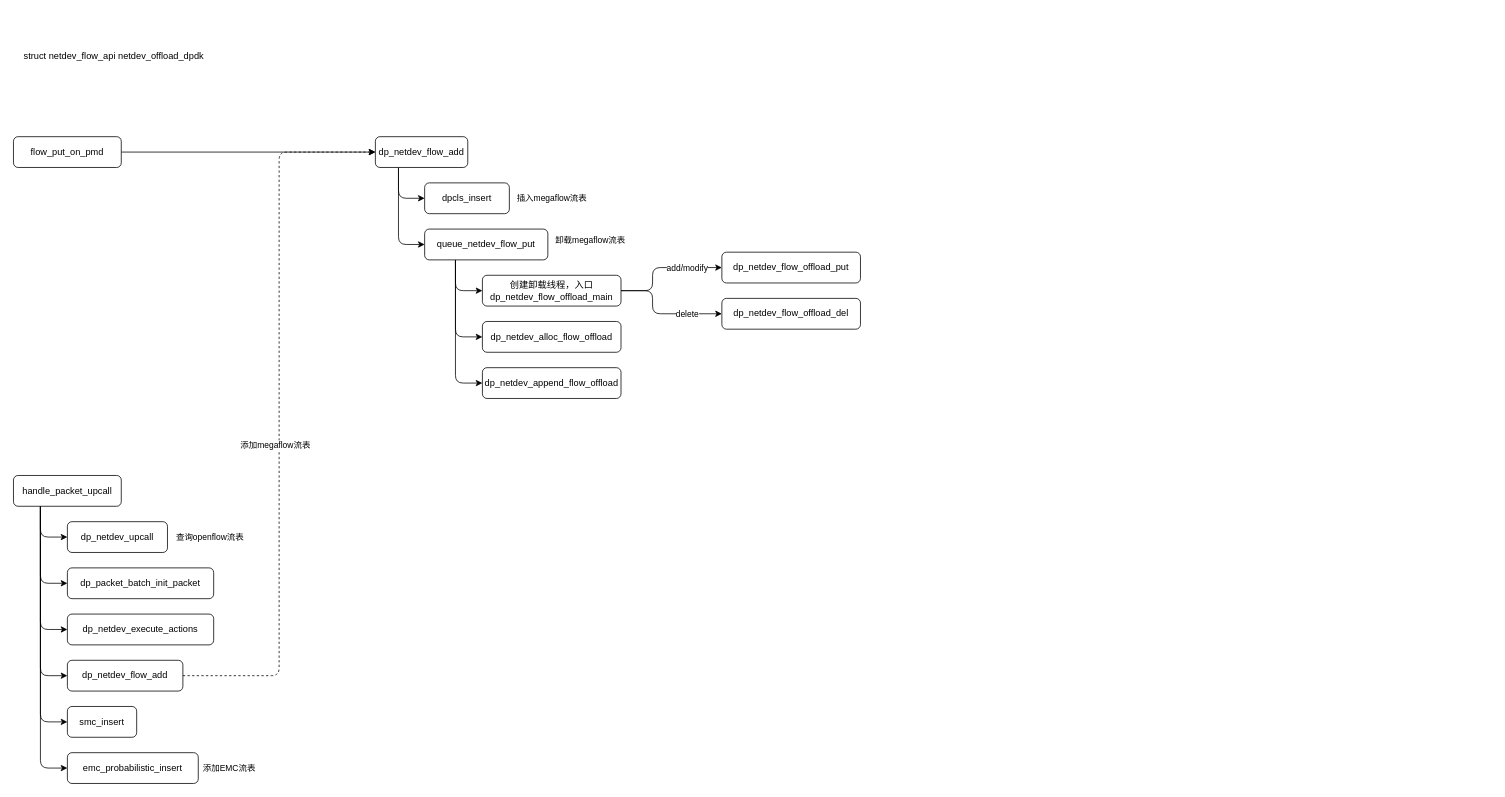
Aspiresky/draw.io keeps this draw.io diagram as page "流表卸载" (3 of 3) of ovs.drawio. Above is the earlier version. Source tidied: cells renumbered, new cells numbered last; positions are measured from the earlier drawing's top-left corner, leaving out a move shared by most shapes. Both pictures are drawn from the tidied source at 77%, with x=0, y=0 at pixel (13, 44).
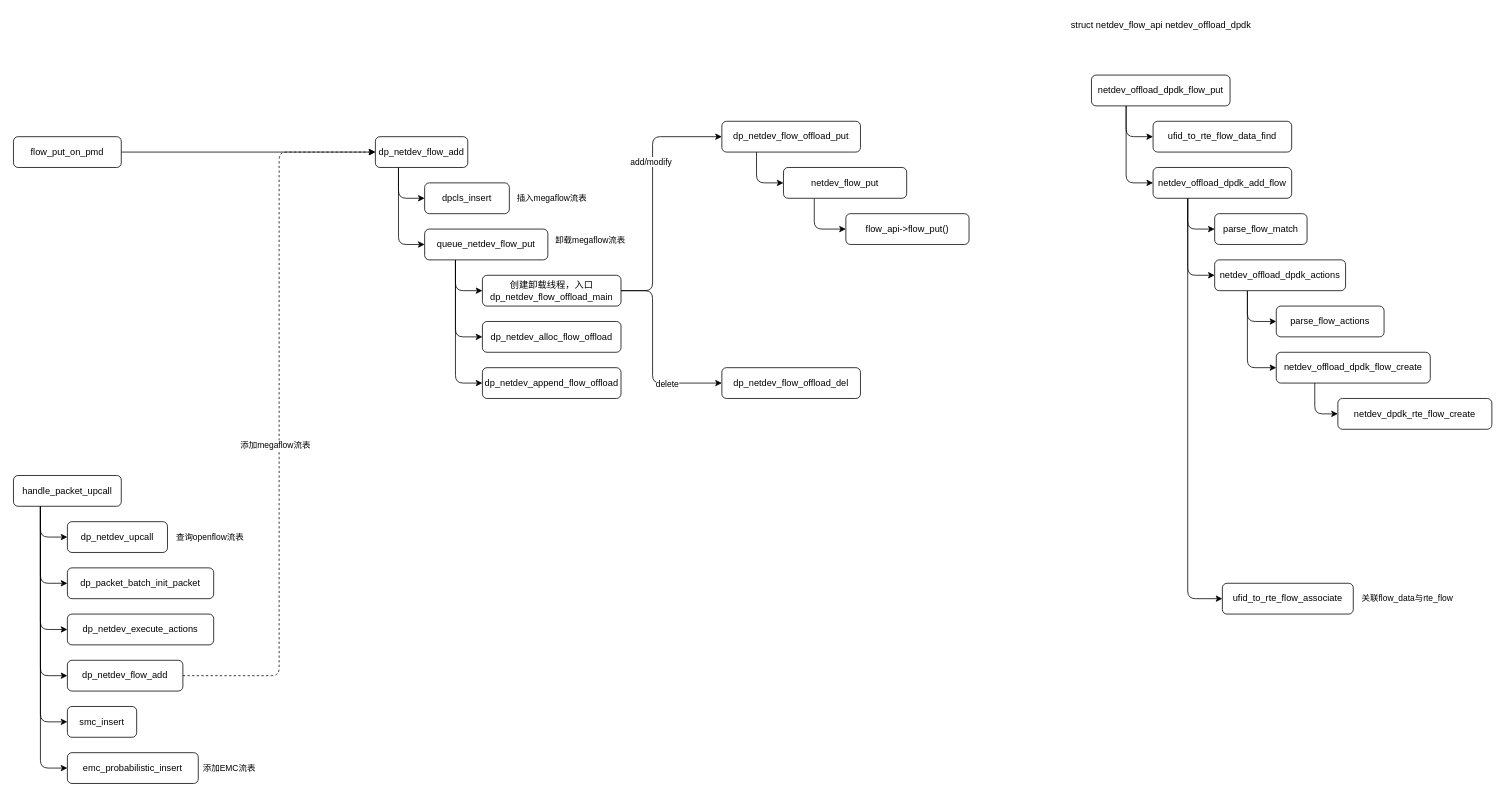
The same diagram, later.

Unchanged cells that the change refers to:
```xml
<mxCell id="38" value="创建卸载线程，入口dp_netdev_flow_offload_main" style="rounded=1;whiteSpace=wrap;html=1;" parent="1" vertex="1">
  <mxGeometry x="609" y="300" width="180" height="40" as="geometry" />
</mxCell>
```

What changed in the source:
```diff
@@
     <mxCell id="2" value="struct netdev_flow_api netdev_offload_dpdk" style="text;html=1;align=center;verticalAlign=middle;strokeColor=none;fillColor=none;" parent="1" vertex="1">
-      <mxGeometry width="260" height="30" as="geometry" />
+      <mxGeometry x="1360" y="-40" width="260" height="30" as="geometry" />
     </mxCell>
@@
-    <mxCell id="34" style="edgeStyle=orthogonalEdgeStyle;shape=connector;curved=0;rounded=1;jettySize=auto;html=1;exitX=1;exitY=0.5;exitDx=0;exitDy=0;entryX=0;entryY=0.5;entryDx=0;entryDy=0;labelBackgroundColor=default;strokeColor=default;align=center;verticalAlign=middle;fontFamily=Helvetica;fontSize=11;fontColor=default;endArrow=classic;" parent="1" edge="1" source="38" target="39">
+    <mxCell id="34" style="edgeStyle=orthogonalEdgeStyle;shape=connector;curved=0;rounded=1;jettySize=auto;html=1;exitX=1;exitY=0.5;exitDx=0;exitDy=0;labelBackgroundColor=default;strokeColor=default;align=center;verticalAlign=middle;fontFamily=Helvetica;fontSize=11;fontColor=default;endArrow=classic;entryX=0;entryY=0.5;entryDx=0;entryDy=0;" parent="1" edge="1" source="38" target="39">
       <mxGeometry relative="1" as="geometry">
         <Array as="points">
           <mxPoint x="830" y="320" />
-          <mxPoint x="830" y="290" />
+          <mxPoint x="830" y="120" />
         </Array>
       </mxGeometry>
     </mxCell>
     <mxCell id="35" value="add/modify" style="edgeLabel;html=1;align=center;verticalAlign=middle;fontSize=11;fontFamily=Helvetica;fontColor=default;" parent="34" vertex="1">
       <mxGeometry x="0.24" y="-4" relative="1" as="geometry">
-        <mxPoint x="15" y="-4" as="offset" />
+        <mxPoint x="-7" y="-4" as="offset" />
       </mxGeometry>
     </mxCell>
     <mxCell id="36" style="edgeStyle=orthogonalEdgeStyle;shape=connector;curved=0;rounded=1;jettySize=auto;html=1;exitX=1;exitY=0.5;exitDx=0;exitDy=0;entryX=0;entryY=0.5;entryDx=0;entryDy=0;labelBackgroundColor=default;strokeColor=default;align=center;verticalAlign=middle;fontFamily=Helvetica;fontSize=11;fontColor=default;endArrow=classic;" parent="1" edge="1" source="38" target="40">
       <mxGeometry relative="1" as="geometry">
         <Array as="points">
           <mxPoint x="830" y="320" />
-          <mxPoint x="830" y="350" />
+          <mxPoint x="830" y="440" />
         </Array>
       </mxGeometry>
     </mxCell>
@@
     <mxCell id="39" value="dp_netdev_flow_offload_put" style="rounded=1;whiteSpace=wrap;html=1;" parent="1" vertex="1">
-      <mxGeometry x="920" y="270" width="180" height="40" as="geometry" />
+      <mxGeometry x="920" y="100" width="180" height="40" as="geometry" />
     </mxCell>
     <mxCell id="40" value="dp_netdev_flow_offload_del" style="rounded=1;whiteSpace=wrap;html=1;" parent="1" vertex="1">
-      <mxGeometry x="920" y="330" width="180" height="40" as="geometry" />
+      <mxGeometry x="920" y="420" width="180" height="40" as="geometry" />
     </mxCell>
+    <mxCell id="41" style="edgeStyle=orthogonalEdgeStyle;shape=connector;curved=0;rounded=1;jettySize=auto;html=1;exitX=0.25;exitY=1;exitDx=0;exitDy=0;entryX=0;entryY=0.5;entryDx=0;entryDy=0;labelBackgroundColor=default;strokeColor=default;align=center;verticalAlign=middle;fontFamily=Helvetica;fontSize=11;fontColor=default;endArrow=classic;" parent="1" edge="1" source="39" target="43">
+      <mxGeometry relative="1" as="geometry" />
+    </mxCell>
+    <mxCell id="42" style="edgeStyle=orthogonalEdgeStyle;shape=connector;curved=0;rounded=1;jettySize=auto;html=1;exitX=0.25;exitY=1;exitDx=0;exitDy=0;entryX=0;entryY=0.5;entryDx=0;entryDy=0;labelBackgroundColor=default;strokeColor=default;align=center;verticalAlign=middle;fontFamily=Helvetica;fontSize=11;fontColor=default;endArrow=classic;" parent="1" edge="1" source="43" target="44">
+      <mxGeometry relative="1" as="geometry" />
+    </mxCell>
+    <mxCell id="43" value="netdev_flow_put" style="rounded=1;whiteSpace=wrap;html=1;" parent="1" vertex="1">
+      <mxGeometry x="1000" y="160" width="160" height="40" as="geometry" />
+    </mxCell>
+    <mxCell id="44" value="flow_api-&amp;gt;flow_put()" style="rounded=1;whiteSpace=wrap;html=1;" parent="1" vertex="1">
+      <mxGeometry x="1081" y="220" width="160" height="40" as="geometry" />
+    </mxCell>
+    <mxCell id="45" style="edgeStyle=orthogonalEdgeStyle;shape=connector;curved=0;rounded=1;jettySize=auto;html=1;exitX=0.25;exitY=1;exitDx=0;exitDy=0;entryX=0;entryY=0.5;entryDx=0;entryDy=0;labelBackgroundColor=default;strokeColor=default;align=center;verticalAlign=middle;fontFamily=Helvetica;fontSize=11;fontColor=default;endArrow=classic;" parent="1" edge="1" source="47" target="48">
+      <mxGeometry relative="1" as="geometry" />
+    </mxCell>
+    <mxCell id="46" style="edgeStyle=orthogonalEdgeStyle;shape=connector;curved=0;rounded=1;jettySize=auto;html=1;exitX=0.25;exitY=1;exitDx=0;exitDy=0;entryX=0;entryY=0.5;entryDx=0;entryDy=0;labelBackgroundColor=default;strokeColor=default;align=center;verticalAlign=middle;fontFamily=Helvetica;fontSize=11;fontColor=default;endArrow=classic;" parent="1" edge="1" source="47" target="52">
+      <mxGeometry relative="1" as="geometry" />
+    </mxCell>
+    <mxCell id="47" value="netdev_offload_dpdk_flow_put" style="rounded=1;whiteSpace=wrap;html=1;" parent="1" vertex="1">
+      <mxGeometry x="1400" y="40" width="180" height="40" as="geometry" />
+    </mxCell>
+    <mxCell id="48" value="ufid_to_rte_flow_data_find" style="rounded=1;whiteSpace=wrap;html=1;" parent="1" vertex="1">
+      <mxGeometry x="1480" y="100" width="180" height="40" as="geometry" />
+    </mxCell>
+    <mxCell id="49" style="edgeStyle=orthogonalEdgeStyle;shape=connector;curved=0;rounded=1;jettySize=auto;html=1;exitX=0.25;exitY=1;exitDx=0;exitDy=0;entryX=0;entryY=0.5;entryDx=0;entryDy=0;labelBackgroundColor=default;strokeColor=default;align=center;verticalAlign=middle;fontFamily=Helvetica;fontSize=11;fontColor=default;endArrow=classic;" parent="1" edge="1" source="52" target="53">
+      <mxGeometry relative="1" as="geometry" />
+    </mxCell>
+    <mxCell id="50" style="edgeStyle=orthogonalEdgeStyle;shape=connector;curved=0;rounded=1;jettySize=auto;html=1;exitX=0.25;exitY=1;exitDx=0;exitDy=0;entryX=0;entryY=0.5;entryDx=0;entryDy=0;labelBackgroundColor=default;strokeColor=default;align=center;verticalAlign=middle;fontFamily=Helvetica;fontSize=11;fontColor=default;endArrow=classic;" parent="1" edge="1" source="52" target="56">
+      <mxGeometry relative="1" as="geometry" />
+    </mxCell>
+    <mxCell id="51" style="edgeStyle=orthogonalEdgeStyle;shape=connector;curved=0;rounded=1;jettySize=auto;html=1;exitX=0.25;exitY=1;exitDx=0;exitDy=0;entryX=0;entryY=0.5;entryDx=0;entryDy=0;labelBackgroundColor=default;strokeColor=default;align=center;verticalAlign=middle;fontFamily=Helvetica;fontSize=11;fontColor=default;endArrow=classic;" parent="1" edge="1" source="52" target="57">
+      <mxGeometry relative="1" as="geometry" />
+    </mxCell>
+    <mxCell id="52" value="netdev_offload_dpdk_add_flow" style="rounded=1;whiteSpace=wrap;html=1;" parent="1" vertex="1">
+      <mxGeometry x="1480" y="160" width="180" height="40" as="geometry" />
+    </mxCell>
+    <mxCell id="53" value="parse_flow_match" style="rounded=1;whiteSpace=wrap;html=1;" parent="1" vertex="1">
+      <mxGeometry x="1560" y="220" width="120" height="40" as="geometry" />
+    </mxCell>
+    <mxCell id="54" style="edgeStyle=orthogonalEdgeStyle;shape=connector;curved=0;rounded=1;jettySize=auto;html=1;exitX=0.25;exitY=1;exitDx=0;exitDy=0;entryX=0;entryY=0.5;entryDx=0;entryDy=0;labelBackgroundColor=default;strokeColor=default;align=center;verticalAlign=middle;fontFamily=Helvetica;fontSize=11;fontColor=default;endArrow=classic;" parent="1" edge="1" source="56" target="59">
+      <mxGeometry relative="1" as="geometry" />
+    </mxCell>
+    <mxCell id="55" style="edgeStyle=orthogonalEdgeStyle;shape=connector;curved=0;rounded=1;jettySize=auto;html=1;exitX=0.25;exitY=1;exitDx=0;exitDy=0;entryX=0;entryY=0.5;entryDx=0;entryDy=0;labelBackgroundColor=default;strokeColor=default;align=center;verticalAlign=middle;fontFamily=Helvetica;fontSize=11;fontColor=default;endArrow=classic;" parent="1" edge="1" source="56" target="61">
+      <mxGeometry relative="1" as="geometry" />
+    </mxCell>
+    <mxCell id="56" value="netdev_offload_dpdk_actions" style="rounded=1;whiteSpace=wrap;html=1;" parent="1" vertex="1">
+      <mxGeometry x="1560" y="280" width="170" height="40" as="geometry" />
+    </mxCell>
+    <mxCell id="57" value="ufid_to_rte_flow_associate" style="rounded=1;whiteSpace=wrap;html=1;" parent="1" vertex="1">
+      <mxGeometry x="1570" y="700" width="170" height="40" as="geometry" />
+    </mxCell>
+    <mxCell id="58" value="关联flow_data与rte_flow" style="text;html=1;align=center;verticalAlign=middle;strokeColor=none;fillColor=none;fontSize=11;fontFamily=Helvetica;fontColor=default;" parent="1" vertex="1">
+      <mxGeometry x="1740" y="705" width="140" height="30" as="geometry" />
+    </mxCell>
+    <mxCell id="59" value="parse_flow_actions" style="rounded=1;whiteSpace=wrap;html=1;" parent="1" vertex="1">
+      <mxGeometry x="1640" y="340" width="140" height="40" as="geometry" />
+    </mxCell>
+    <mxCell id="60" style="edgeStyle=orthogonalEdgeStyle;shape=connector;curved=0;rounded=1;jettySize=auto;html=1;exitX=0.25;exitY=1;exitDx=0;exitDy=0;entryX=0;entryY=0.5;entryDx=0;entryDy=0;labelBackgroundColor=default;strokeColor=default;align=center;verticalAlign=middle;fontFamily=Helvetica;fontSize=11;fontColor=default;endArrow=classic;" parent="1" edge="1" source="61" target="62">
+      <mxGeometry relative="1" as="geometry" />
+    </mxCell>
+    <mxCell id="61" value="netdev_offload_dpdk_flow_create" style="rounded=1;whiteSpace=wrap;html=1;" parent="1" vertex="1">
+      <mxGeometry x="1640" y="400" width="200" height="40" as="geometry" />
+    </mxCell>
+    <mxCell id="62" value="netdev_dpdk_rte_flow_create" style="rounded=1;whiteSpace=wrap;html=1;" parent="1" vertex="1">
+      <mxGeometry x="1720" y="460" width="200" height="40" as="geometry" />
+    </mxCell>
```
